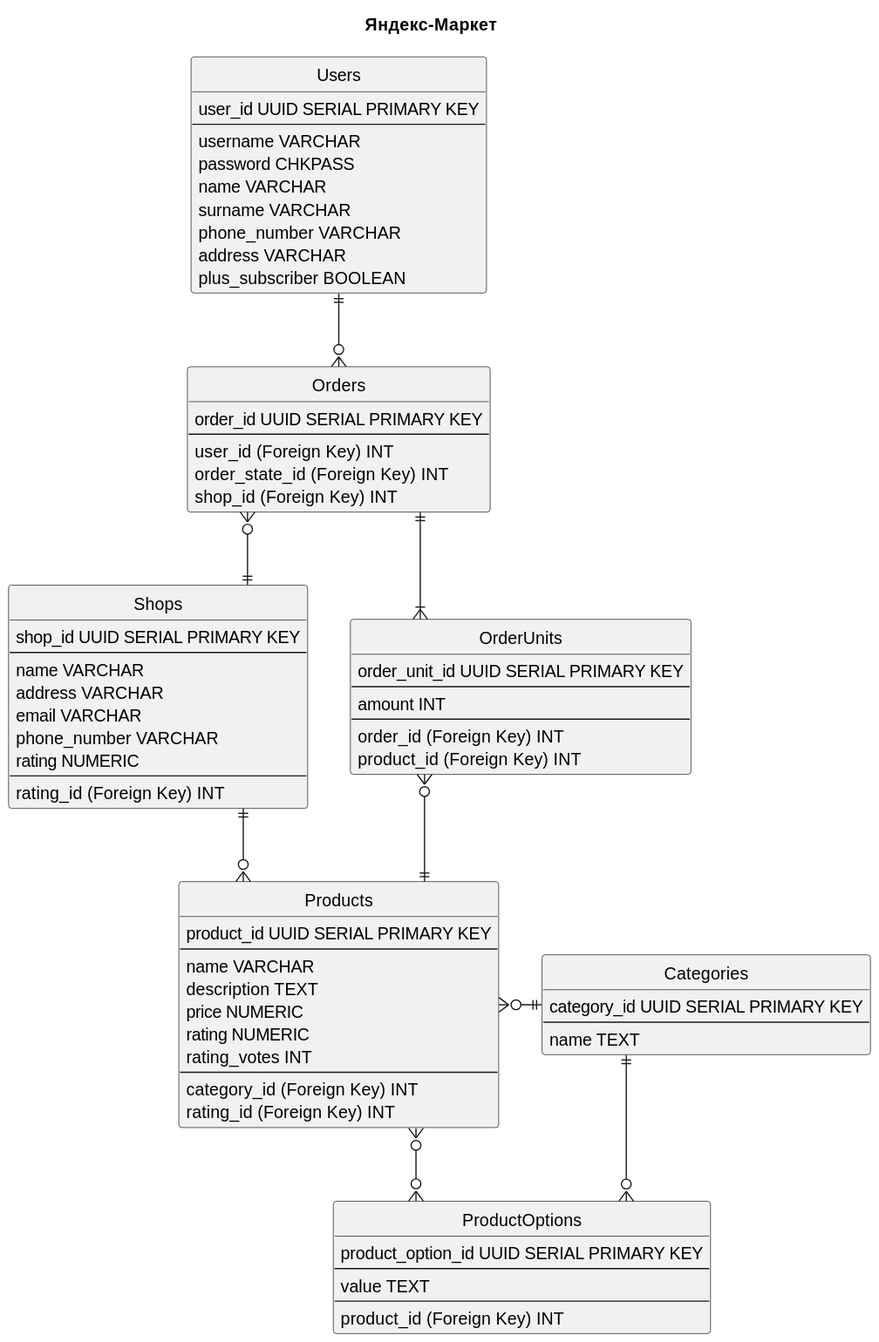
Telecaster525/DB-Design-ITMO keeps this PlantUML diagram as images/Lab-1.svg. Above is the earlier version.
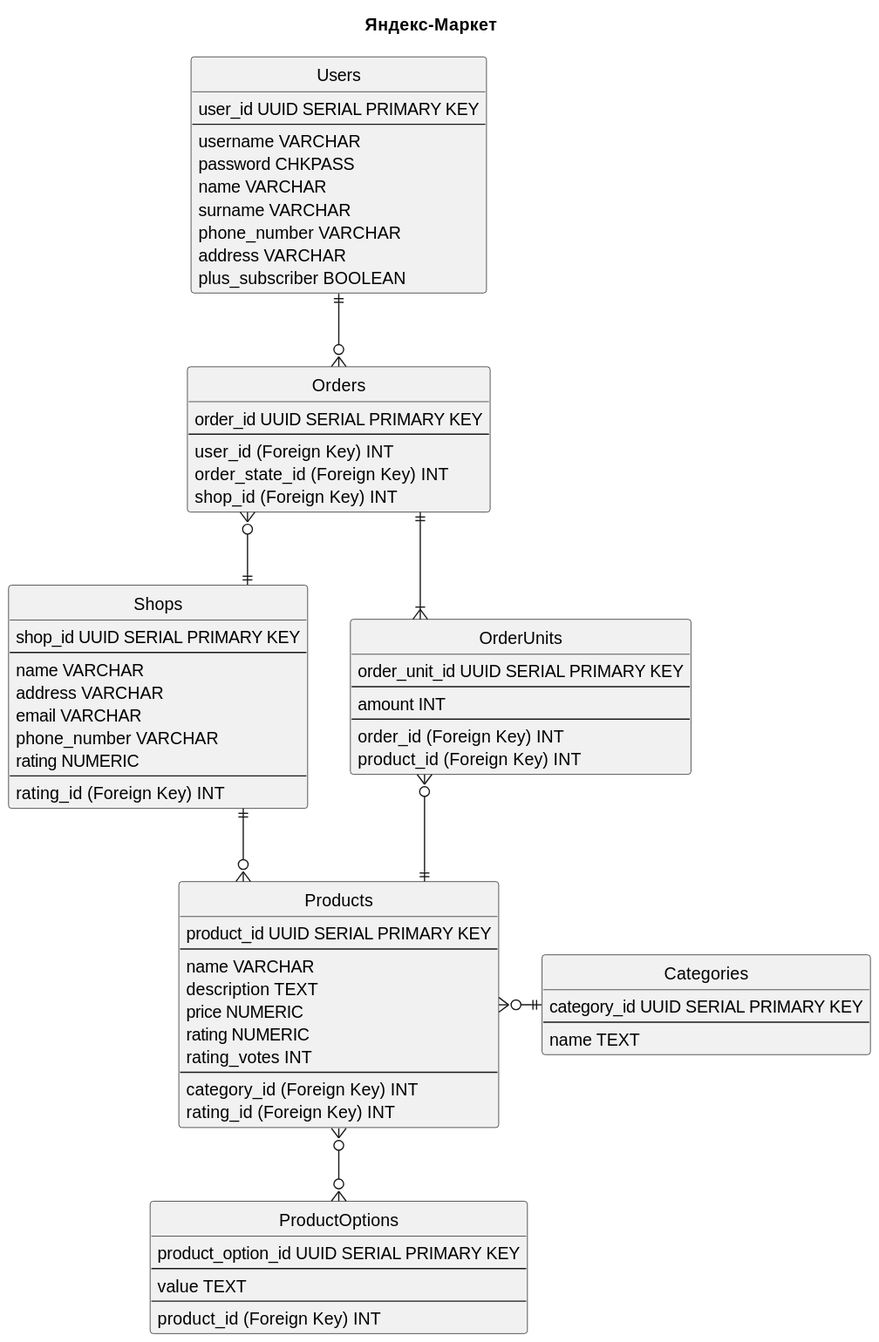
The same file after the commit.

Change to the diagram source:
```diff
@@ -73,8 +73,7 @@
 }
 
 Products }o-right-|| Categories
-Categories ||--o{ ProductOptions
-ProductOptions }o--o{ Products
+ProductOptions }o-up-o{ Products
 Shops ||--o{ Products
 Orders }o--|| Shops
 Orders }o-up-|| Users
```
